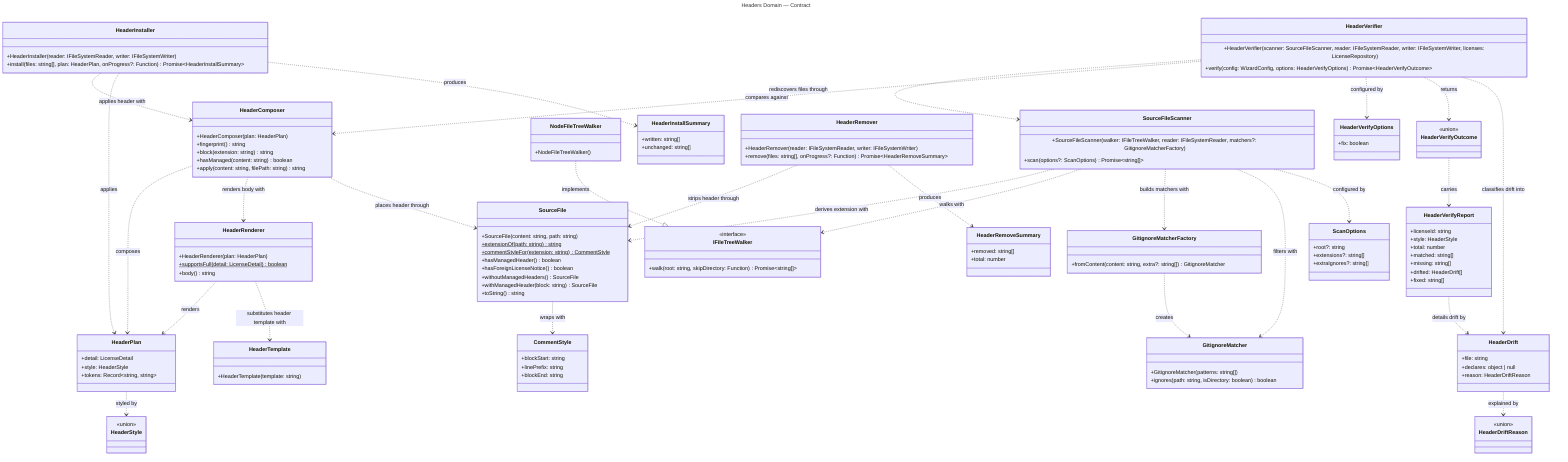
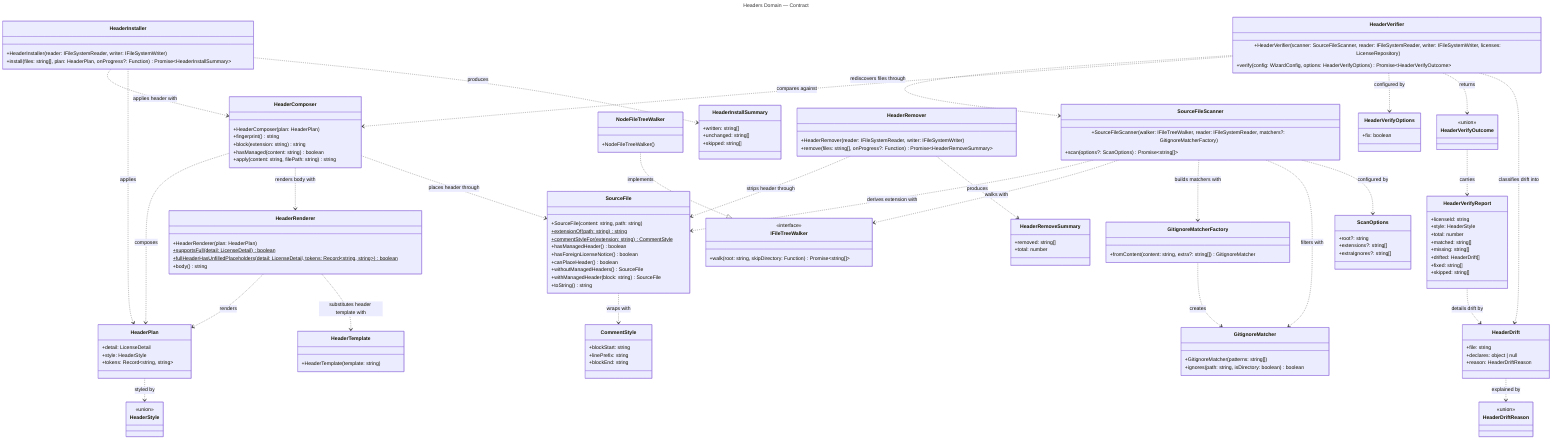
---
title: Headers Domain — Contract
---
classDiagram
  direction TB

  %% Domain: Headers (src/headers)
  %% Focused per-domain view extracted from ../class-diagram.mmd.
  %% Shows ONLY Headers-domain classes and their intra-domain relationships.
  %% Cross-domain relationships (HeaderTemplate extends Licensing's SpdxTemplate;
  %% HeaderPlan carries a LicenseDetail; installer/remover/verifier/scanner use
  %% Configuration's file-system interfaces; HeaderVerifier fetches through the
  %% LicenseRepository and verifies against WizardConfig) are intentionally
  %% omitted — see ../class-diagram.mmd for the full picture.

  class HeaderPlan {
    +detail: LicenseDetail
    +style: HeaderStyle
    +tokens: Record~string, string~
  }

  class HeaderStyle {
    <<union>>
  }

  class HeaderRenderer {
    +HeaderRenderer(plan: HeaderPlan)
    +supportsFull(detail: LicenseDetail)$ boolean
+     +fullHeaderHasUnfilledPlaceholders(detail: LicenseDetail, tokens: Record~string, string~)$ boolean
    +body() string
  }

  class HeaderTemplate {
    +HeaderTemplate(template: string)
  }

  class HeaderComposer {
    +HeaderComposer(plan: HeaderPlan)
    +fingerprint() string
    +block(extension: string) string
    +hasManaged(content: string) boolean
    +apply(content: string, filePath: string) string
  }

  class SourceFileScanner {
    +SourceFileScanner(walker: IFileTreeWalker, reader: IFileSystemReader, matchers?: GitignoreMatcherFactory)
    +scan(options?: ScanOptions) Promise~string[]~
  }

  class ScanOptions {
    +root?: string
    +extensions?: string[]
    +extraIgnores?: string[]
  }

  class GitignoreMatcher {
    +GitignoreMatcher(patterns: string[])
    +ignores(path: string, isDirectory: boolean) boolean
  }

  class GitignoreMatcherFactory {
    +fromContent(content: string, extra?: string[]) GitignoreMatcher
  }

  class IFileTreeWalker {
    <<interface>>
    +walk(root: string, skipDirectory: Function) Promise~string[]~
  }

  class NodeFileTreeWalker {
    +NodeFileTreeWalker()
  }

  class HeaderInstaller {
    +HeaderInstaller(reader: IFileSystemReader, writer: IFileSystemWriter)
    +install(files: string[], plan: HeaderPlan, onProgress?: Function) Promise~HeaderInstallSummary~
  }

  class HeaderInstallSummary {
    +written: string[]
    +unchanged: string[]
+     +skipped: string[]
  }

  class SourceFile {
    +SourceFile(content: string, path: string)
    +extensionOf(path: string)$ string
    +commentStyleFor(extension: string)$ CommentStyle
    +hasManagedHeader() boolean
    +hasForeignLicenseNotice() boolean
+     +canPlaceHeader() boolean
    +withoutManagedHeaders() SourceFile
    +withManagedHeader(block: string) SourceFile
    +toString() string
  }

  class CommentStyle {
    +blockStart: string
    +linePrefix: string
    +blockEnd: string
  }

  class HeaderRemover {
    +HeaderRemover(reader: IFileSystemReader, writer: IFileSystemWriter)
    +remove(files: string[], onProgress?: Function) Promise~HeaderRemoveSummary~
  }

  class HeaderRemoveSummary {
    +removed: string[]
    +total: number
  }

  class HeaderVerifier {
    +HeaderVerifier(scanner: SourceFileScanner, reader: IFileSystemReader, writer: IFileSystemWriter, licenses: LicenseRepository)
    +verify(config: WizardConfig, options: HeaderVerifyOptions) Promise~HeaderVerifyOutcome~
  }

  class HeaderVerifyOptions {
    +fix: boolean
  }

  class HeaderVerifyOutcome {
    <<union>>
  }

  class HeaderVerifyReport {
    +licenseId: string
    +style: HeaderStyle
    +total: number
    +matched: string[]
    +missing: string[]
    +drifted: HeaderDrift[]
    +fixed: string[]
+     +skipped: string[]
  }

  class HeaderDrift {
    +file: string
    +declares: object | null
    +reason: HeaderDriftReason
  }

  class HeaderDriftReason {
    <<union>>
  }

  HeaderPlan ..> HeaderStyle : styled by
  HeaderRenderer ..> HeaderPlan : renders
  HeaderRenderer ..> HeaderTemplate : substitutes header template with
  HeaderComposer ..> HeaderPlan : composes
  HeaderComposer ..> HeaderRenderer : renders body with
  HeaderComposer ..> SourceFile : places header through
  HeaderInstaller ..> HeaderComposer : applies header with
  HeaderInstaller ..> HeaderPlan : applies
  HeaderInstaller ..> HeaderInstallSummary : produces
  HeaderRemover ..> SourceFile : strips header through
  HeaderRemover ..> HeaderRemoveSummary : produces
  SourceFile ..> CommentStyle : wraps with
  SourceFileScanner ..> SourceFile : derives extension with
  SourceFileScanner ..> IFileTreeWalker : walks with
  SourceFileScanner ..> GitignoreMatcherFactory : builds matchers with
  SourceFileScanner ..> GitignoreMatcher : filters with
  SourceFileScanner ..> ScanOptions : configured by
  GitignoreMatcherFactory ..> GitignoreMatcher : creates
  NodeFileTreeWalker ..|> IFileTreeWalker : implements
  HeaderVerifier ..> SourceFileScanner : rediscovers files through
  HeaderVerifier ..> HeaderComposer : compares against
  HeaderVerifier ..> HeaderVerifyOptions : configured by
  HeaderVerifier ..> HeaderVerifyOutcome : returns
  HeaderVerifier ..> HeaderDrift : classifies drift into
  HeaderVerifyOutcome ..> HeaderVerifyReport : carries
  HeaderVerifyReport ..> HeaderDrift : details drift by
  HeaderDrift ..> HeaderDriftReason : explained by
